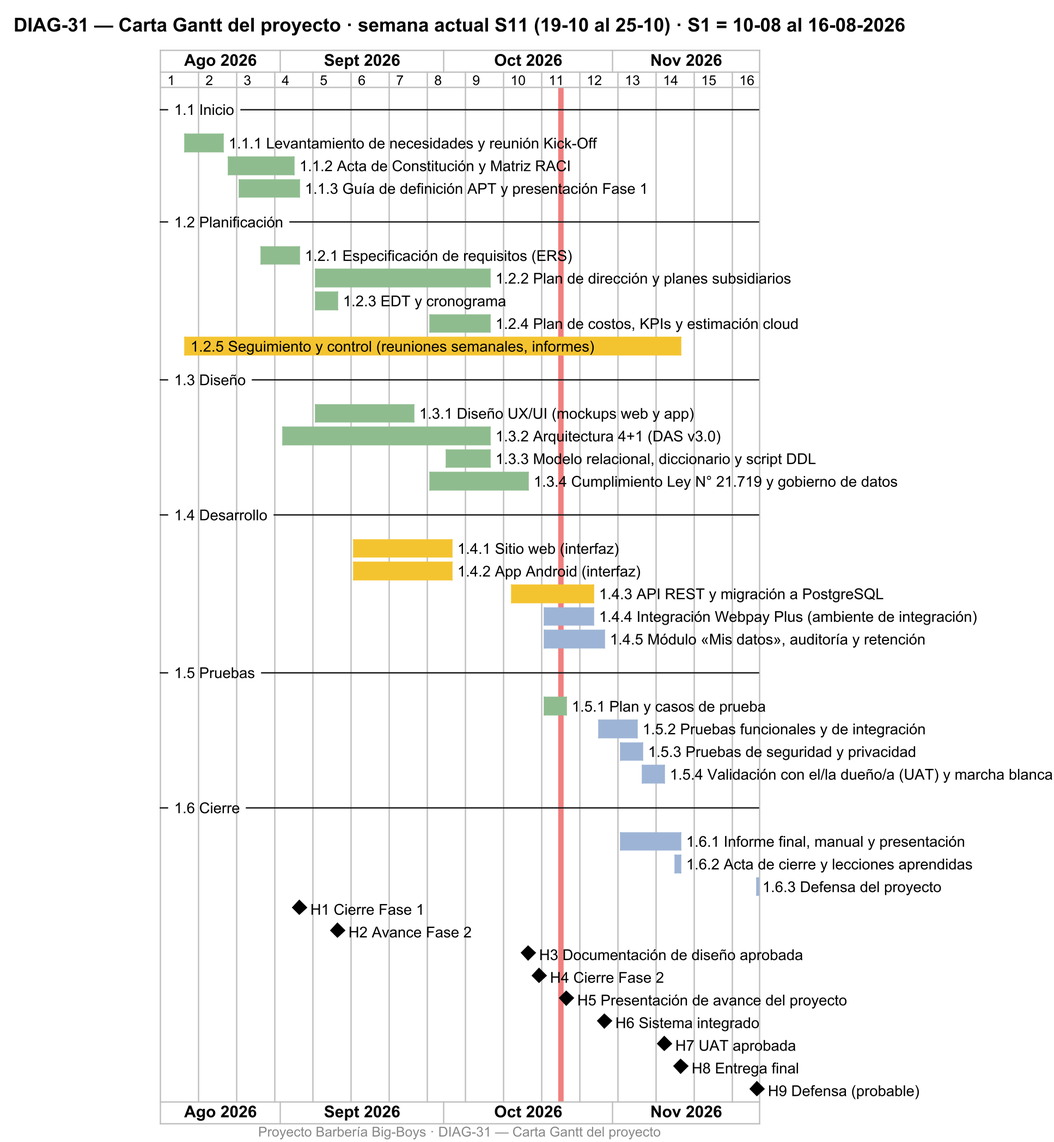
The PlantUML diagram Fase 2/Evidencias Proyecto/Evidencias de documentación/Diagramas/png/DIAG-31_Carta_Gantt_del_proyecto.png in Yerko-Rosales/Proyecto_Barberia, before a commit.
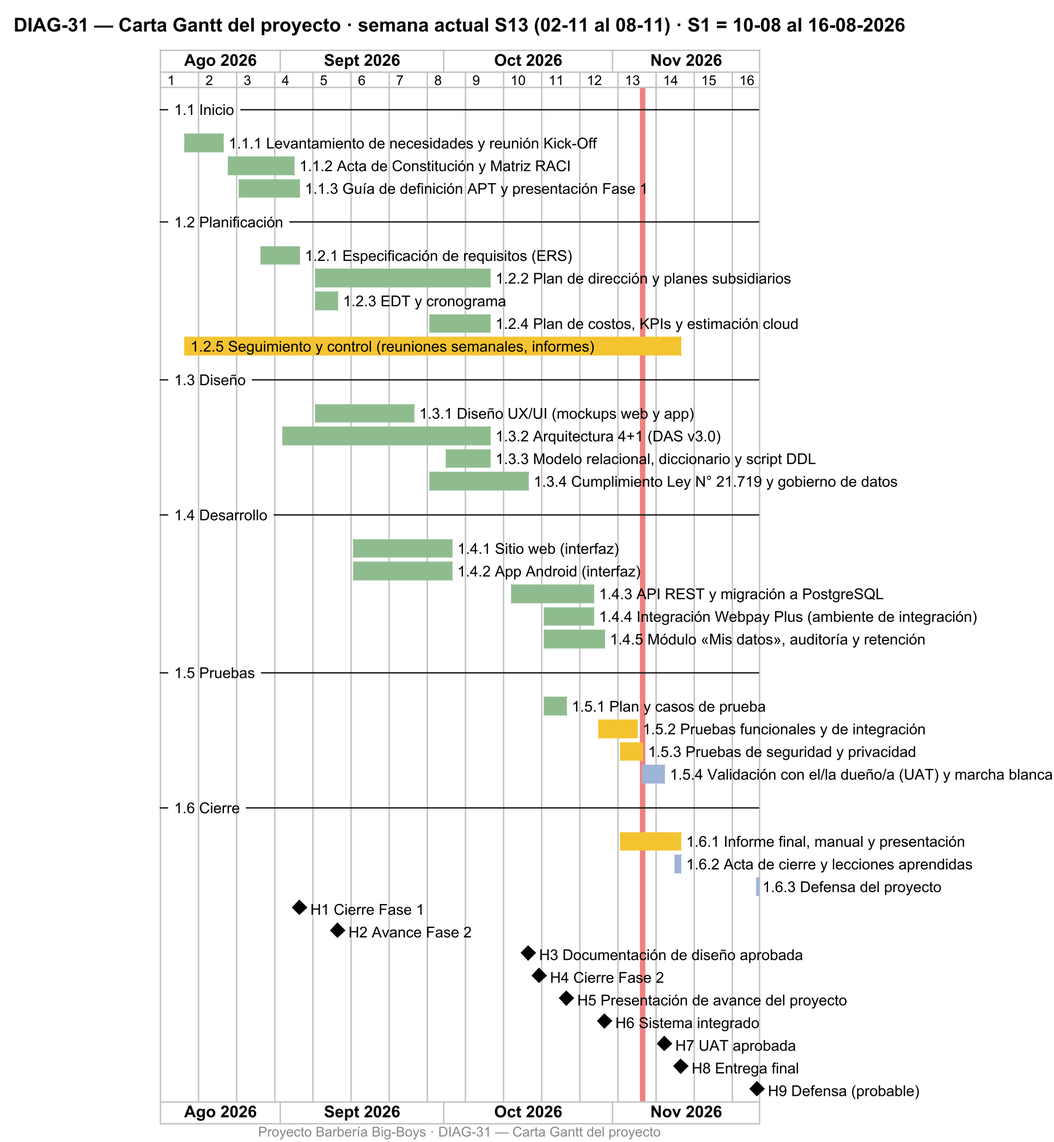
The same file after the commit.

What changed in the source:
```diff
@@ -5,7 +5,7 @@
 language es
 printscale weekly with week numbering from 1
 Project starts 2026-08-10
-title DIAG-31 — Carta Gantt del proyecto · semana actual S11 (19-10 al 25-10) · S1 = 10-08 al 16-08-2026
+title DIAG-31 — Carta Gantt del proyecto · semana actual S13 (02-11 al 08-11) · S1 = 10-08 al 16-08-2026
 -- 1.1 Inicio --
 [1.1.1 Levantamiento de necesidades y reunión Kick-Off] starts 2026-08-14 and ends 2026-08-21
 [1.1.1 Levantamiento de necesidades y reunión Kick-Off] is colored in #8FBC8F
@@ -46,28 +46,33 @@
 [1.3.4 Cumplimiento Ley N° 21.719 y gobierno de datos] is 100% completed
 -- 1.4 Desarrollo --
 [1.4.1 Sitio web (interfaz)] starts 2026-09-14 and ends 2026-10-02
-[1.4.1 Sitio web (interfaz)] is colored in #F4C430
+[1.4.1 Sitio web (interfaz)] is colored in #8FBC8F
+[1.4.1 Sitio web (interfaz)] is 100% completed
 [1.4.2 App Android (interfaz)] starts 2026-09-14 and ends 2026-10-02
-[1.4.2 App Android (interfaz)] is colored in #F4C430
+[1.4.2 App Android (interfaz)] is colored in #8FBC8F
+[1.4.2 App Android (interfaz)] is 100% completed
 [1.4.3 API REST y migración a PostgreSQL] starts 2026-10-13 and ends 2026-10-28
-[1.4.3 API REST y migración a PostgreSQL] is colored in #F4C430
+[1.4.3 API REST y migración a PostgreSQL] is colored in #8FBC8F
+[1.4.3 API REST y migración a PostgreSQL] is 100% completed
 [1.4.4 Integración Webpay Plus (ambiente de integración)] starts 2026-10-19 and ends 2026-10-28
-[1.4.4 Integración Webpay Plus (ambiente de integración)] is colored in #9DB4D6
+[1.4.4 Integración Webpay Plus (ambiente de integración)] is colored in #8FBC8F
+[1.4.4 Integración Webpay Plus (ambiente de integración)] is 100% completed
 [1.4.5 Módulo «Mis datos», auditoría y retención] starts 2026-10-19 and ends 2026-10-30
-[1.4.5 Módulo «Mis datos», auditoría y retención] is colored in #9DB4D6
+[1.4.5 Módulo «Mis datos», auditoría y retención] is colored in #8FBC8F
+[1.4.5 Módulo «Mis datos», auditoría y retención] is 100% completed
 -- 1.5 Pruebas --
 [1.5.1 Plan y casos de prueba] starts 2026-10-19 and ends 2026-10-23
 [1.5.1 Plan y casos de prueba] is colored in #8FBC8F
 [1.5.1 Plan y casos de prueba] is 100% completed
 [1.5.2 Pruebas funcionales y de integración] starts 2026-10-29 and ends 2026-11-05
-[1.5.2 Pruebas funcionales y de integración] is colored in #9DB4D6
+[1.5.2 Pruebas funcionales y de integración] is colored in #F4C430
 [1.5.3 Pruebas de seguridad y privacidad] starts 2026-11-02 and ends 2026-11-06
-[1.5.3 Pruebas de seguridad y privacidad] is colored in #9DB4D6
+[1.5.3 Pruebas de seguridad y privacidad] is colored in #F4C430
 [1.5.4 Validación con el/la dueño/a (UAT) y marcha blanca] starts 2026-11-06 and ends 2026-11-10
 [1.5.4 Validación con el/la dueño/a (UAT) y marcha blanca] is colored in #9DB4D6
 -- 1.6 Cierre --
 [1.6.1 Informe final, manual y presentación] starts 2026-11-02 and ends 2026-11-13
-[1.6.1 Informe final, manual y presentación] is colored in #9DB4D6
+[1.6.1 Informe final, manual y presentación] is colored in #F4C430
 [1.6.2 Acta de cierre y lecciones aprendidas] starts 2026-11-12 and ends 2026-11-13
 [1.6.2 Acta de cierre y lecciones aprendidas] is colored in #9DB4D6
 [1.6.3 Defensa del proyecto] starts 2026-11-27 and ends 2026-11-27
@@ -81,12 +86,14 @@
 [H7 UAT aprobada] happens 2026-11-10
 [H8 Entrega final] happens 2026-11-13
 [H9 Defensa (probable)] happens 2026-11-27
-2026-10-22 is colored in #F08080
+2026-11-06 is colored in #F08080
 note bottom
-  Línea roja: hoy 22-10-2026, semana actual S11 de S14
+  Línea roja: hoy 06-11-2026, semana actual S13 de S14
   Semanas numeradas desde S1 = 10 al 16 de agosto de 2026
   Verde: completado · Amarillo: en curso · Azul: planificado
-  1.4.3: base de datos migrada a Supabase el 20-10-2026; API y migración de web/app en curso
+  H5 (23-10) y H6 (30-10) cumplidos: base de datos en Supabase (20-10), web y app en el modelo relacional (22-10),
+  Webpay en ambiente de integración, fila, «Mis datos» y cuentas del personal (27-10), cobro del saldo (30-10)
+  En curso (S13): pruebas, correos y respaldo diario, limpieza de datos de prueba antes del ambiente UAT (H7, 10-11)
 end note
 footer Proyecto Barbería Big-Boys · DIAG-31 — Carta Gantt del proyecto
 @endgantt
```
